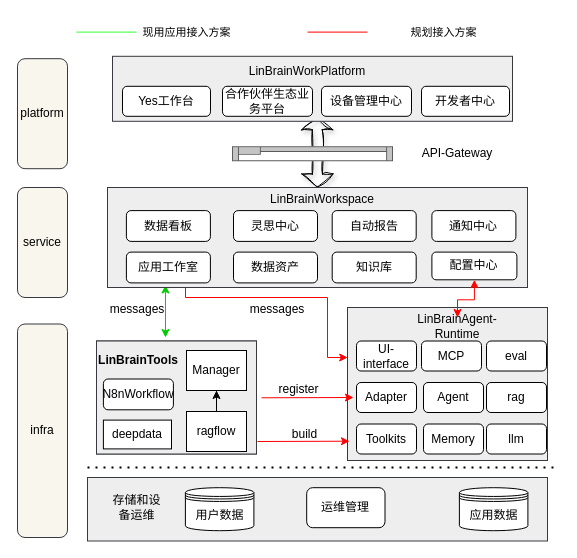
Earlier version of the draw.io diagram 星算工作站应用中心.drawio (paleblackless/diagrams). Source tidied: cells renumbered, new cells numbered last; positions are measured from the earlier drawing's top-left corner, leaving out a move shared by most shapes. Both pictures are drawn from the tidied source at 100%, with x=0, y=0 at pixel (17, 17).
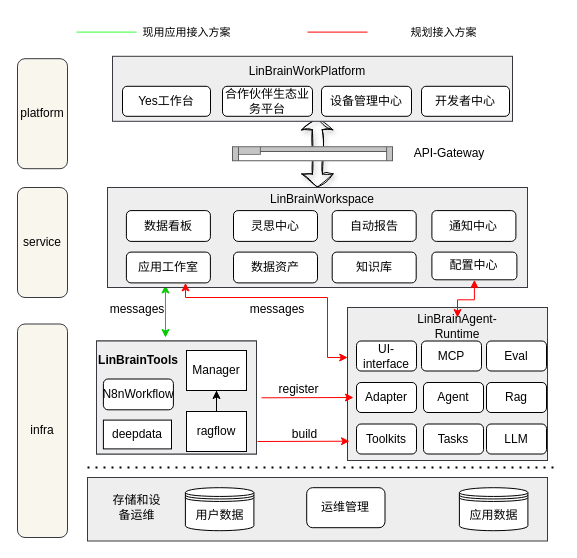
After the change.

Commit message (it also covers changes not shown here):
更新星算工作站应用中心.drawio

The change refers to these unchanged cells:
```xml
<mxCell id="3" style="rounded=0;whiteSpace=wrap;html=1;fillColor=#eeeeee;strokeColor=#36393d;" parent="1" vertex="1">
  <mxGeometry x="330" y="290" width="200" height="153" as="geometry" />
</mxCell>
<mxCell id="49" value="应用工作室" style="rounded=1;whiteSpace=wrap;html=1;" parent="47" vertex="1">
  <mxGeometry x="18.9" y="64.6" width="84" height="30.8" as="geometry" />
</mxCell>
```

Change to the diagram source:
```diff
@@
-    <mxCell id="8" value="llm" style="rounded=1;whiteSpace=wrap;html=1;" parent="1" vertex="1">
+    <mxCell id="8" value="LLM" style="rounded=1;whiteSpace=wrap;html=1;" parent="1" vertex="1">
       <mxGeometry x="469" y="406.5" width="60" height="30" as="geometry" />
     </mxCell>
@@
-    <mxCell id="27" style="edgeStyle=orthogonalEdgeStyle;rounded=0;jettySize=auto;html=1;entryX=0.75;entryY=1;entryDx=0;entryDy=0;strokeColor=#FF0000;startArrow=classic;startFill=1;exitX=0.001;exitY=0.327;exitDx=0;exitDy=0;exitPerimeter=0;" parent="1" edge="1" source="3" target="49">
-      <mxGeometry relative="1" as="geometry">
-        <Array as="points">
-          <mxPoint x="310" y="340" />
-          <mxPoint x="310" y="280" />
-          <mxPoint x="168" y="280" />
-          <mxPoint x="168" y="265" />
-        </Array>
-      </mxGeometry>
-    </mxCell>
@@
-    <mxCell id="31" value="eval" style="rounded=1;whiteSpace=wrap;html=1;" parent="1" vertex="1">
+    <mxCell id="31" value="Eval" style="rounded=1;whiteSpace=wrap;html=1;" parent="1" vertex="1">
       <mxGeometry x="469" y="323.5" width="60" height="30" as="geometry" />
     </mxCell>
-    <mxCell id="32" value="rag" style="rounded=1;whiteSpace=wrap;html=1;" parent="1" vertex="1">
+    <mxCell id="32" value="Rag" style="rounded=1;whiteSpace=wrap;html=1;" parent="1" vertex="1">
       <mxGeometry x="469" y="365" width="60" height="30" as="geometry" />
     </mxCell>
@@
-    <mxCell id="34" value="Memory" style="rounded=1;whiteSpace=wrap;html=1;" parent="1" vertex="1">
+    <mxCell id="34" value="Tasks" style="rounded=1;whiteSpace=wrap;html=1;" parent="1" vertex="1">
       <mxGeometry x="406" y="406.5" width="60" height="30" as="geometry" />
     </mxCell>
@@
     <mxCell id="42" value="API-Gateway" style="text;html=1;align=center;verticalAlign=middle;whiteSpace=wrap;rounded=0;" parent="1" vertex="1">
-      <mxGeometry x="394.5" y="121.2" width="90" height="30" as="geometry" />
+      <mxGeometry x="386.5" y="121.2" width="90" height="30" as="geometry" />
     </mxCell>
@@
+    <mxCell id="27" style="edgeStyle=orthogonalEdgeStyle;rounded=0;jettySize=auto;html=1;strokeColor=#FF0000;startArrow=classic;startFill=1;exitX=0.001;exitY=0.327;exitDx=0;exitDy=0;exitPerimeter=0;" parent="1" edge="1" source="3" target="49">
+      <mxGeometry relative="1" as="geometry">
+        <Array as="points">
+          <mxPoint x="310" y="340" />
+          <mxPoint x="310" y="280" />
+          <mxPoint x="168" y="280" />
+        </Array>
+      </mxGeometry>
+    </mxCell>
```
